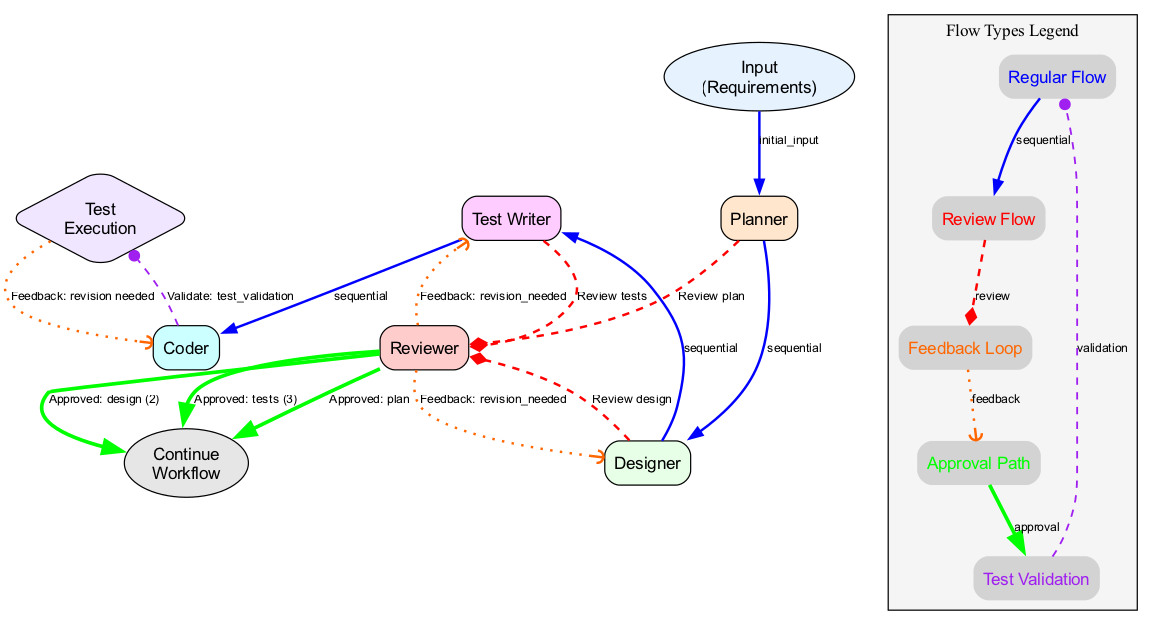
Above: docs/workflow_visualizations/tdd_workflow_enhanced_flow.cairo.cairo.png in CodeBlackwell/Agent_Blackwell (Graphviz), before the change. Its source is kept beside it as docs/workflow_visualizations/tdd_workflow_enhanced_flow.dot. Its diagram source:
```dot
digraph {
	rankdir=TB size="12,16"
	node [fontname=Arial shape=box style="rounded,filled"]
	edge [fontname=Arial fontsize=10]
	test_execution [label="Test
Execution" fillcolor="#F0E6FF" shape=diamond]
	designer_agent [label=Designer fillcolor="#E6FFE6"]
	planner_agent [label=Planner fillcolor="#FFE6CC"]
	workflow_continuation [label="Continue
Workflow" fillcolor="#E6E6E6" shape=ellipse]
	input [label="Input
(Requirements)" fillcolor="#E6F3FF" shape=ellipse]
	test_writer_agent [label="Test Writer" fillcolor="#FFCCFF"]
	coder_agent [label=Coder fillcolor="#CCFFFF"]
	reviewer_agent [label=Reviewer fillcolor="#FFCCCC"]
	input -> planner_agent [label=initial_input color=blue penwidth=2 style=solid]
	planner_agent -> reviewer_agent [label="Review plan" arrowhead=diamond color=red penwidth=2 style=dashed]
	reviewer_agent -> workflow_continuation [label="Approved: plan" arrowhead=normal arrowsize=1.5 color=green penwidth=3 style=bold]
	designer_agent -> reviewer_agent [label="Review design" arrowhead=diamond color=red penwidth=2 style=dashed]
	reviewer_agent -> workflow_continuation [label="Approved: design (2)" arrowhead=normal arrowsize=1.5 color=green penwidth=3 style=bold]
	reviewer_agent -> designer_agent [label="Feedback: revision_needed" arrowhead=curve color="#FF6600" penwidth=2 style=dotted]
	test_writer_agent -> reviewer_agent [label="Review tests" arrowhead=diamond color=red penwidth=2 style=dashed]
	reviewer_agent -> workflow_continuation [label="Approved: tests (3)" arrowhead=normal arrowsize=1.5 color=green penwidth=3 style=bold]
	reviewer_agent -> test_writer_agent [label="Feedback: revision_needed" arrowhead=curve color="#FF6600" penwidth=2 style=dotted]
	coder_agent -> test_execution [label="Validate: test_validation" arrowhead=dot color=purple penwidth=1.5 style=dashed]
	test_execution -> coder_agent [label="Feedback: revision needed" arrowhead=curve color="#FF6600" penwidth=2 style=dotted]
	planner_agent -> designer_agent [label=sequential color=blue penwidth=2 style=solid]
	designer_agent -> test_writer_agent [label=sequential color=blue penwidth=2 style=solid]
	test_writer_agent -> coder_agent [label=sequential color=blue penwidth=2 style=solid]
	subgraph cluster_legend {
		fillcolor="#F5F5F5" fontsize=14 label="Flow Types Legend" style=filled
		legend_regular [label="Regular Flow" fontcolor=blue shape=plaintext]
		legend_review [label="Review Flow" fontcolor=red shape=plaintext]
		legend_feedback [label="Feedback Loop" fontcolor="#FF6600" shape=plaintext]
		legend_approval [label="Approval Path" fontcolor=green shape=plaintext]
		legend_validation [label="Test Validation" fontcolor=purple shape=plaintext]
		legend_regular -> legend_review [label=sequential color=blue penwidth=2 style=solid]
		legend_review -> legend_feedback [label=review arrowhead=diamond color=red penwidth=2 style=dashed]
		legend_feedback -> legend_approval [label=feedback arrowhead=curve color="#FF6600" penwidth=2 style=dotted]
		legend_approval -> legend_validation [label=approval arrowhead=normal arrowsize=1.5 color=green penwidth=3 style=bold]
		legend_validation -> legend_regular [label=validation arrowhead=dot color=purple penwidth=1.5 style=dashed]
		rank=same
	}
}
```
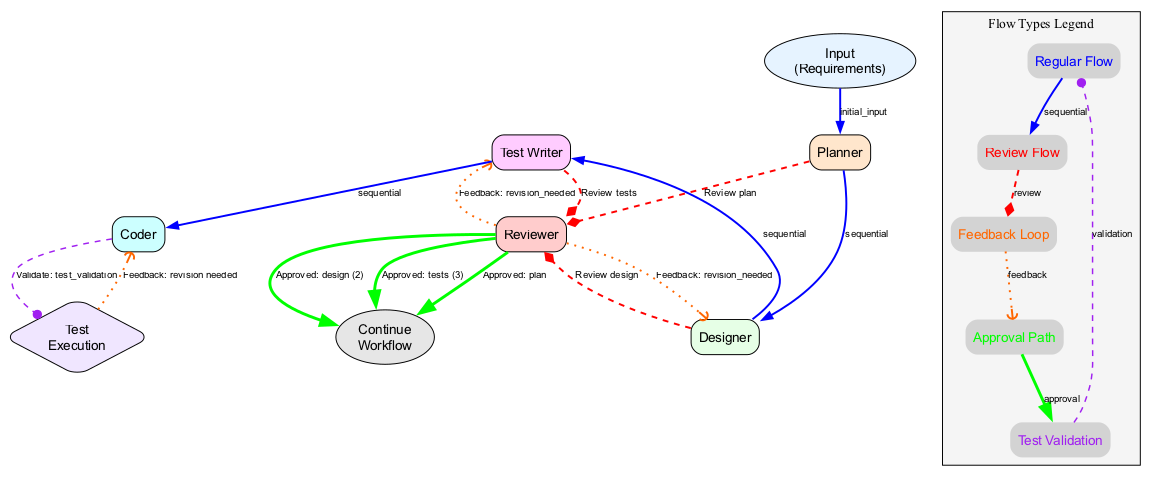
Later version of the same file.

The edit, as a diff of the source:
```diff
@@ -2,17 +2,17 @@
 	rankdir=TB size="12,16"
 	node [fontname=Arial shape=box style="rounded,filled"]
 	edge [fontname=Arial fontsize=10]
+	coder_agent [label=Coder fillcolor="#CCFFFF"]
+	designer_agent [label=Designer fillcolor="#E6FFE6"]
 	test_execution [label="Test
 Execution" fillcolor="#F0E6FF" shape=diamond]
-	designer_agent [label=Designer fillcolor="#E6FFE6"]
+	input [label="Input
+(Requirements)" fillcolor="#E6F3FF" shape=ellipse]
 	planner_agent [label=Planner fillcolor="#FFE6CC"]
 	workflow_continuation [label="Continue
 Workflow" fillcolor="#E6E6E6" shape=ellipse]
-	input [label="Input
-(Requirements)" fillcolor="#E6F3FF" shape=ellipse]
+	reviewer_agent [label=Reviewer fillcolor="#FFCCCC"]
 	test_writer_agent [label="Test Writer" fillcolor="#FFCCFF"]
-	coder_agent [label=Coder fillcolor="#CCFFFF"]
-	reviewer_agent [label=Reviewer fillcolor="#FFCCCC"]
 	input -> planner_agent [label=initial_input color=blue penwidth=2 style=solid]
 	planner_agent -> reviewer_agent [label="Review plan" arrowhead=diamond color=red penwidth=2 style=dashed]
 	reviewer_agent -> workflow_continuation [label="Approved: plan" arrowhead=normal arrowsize=1.5 color=green penwidth=3 style=bold]
```
